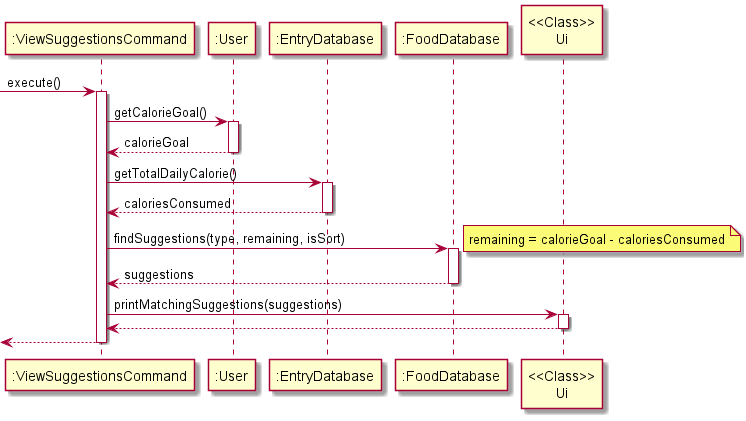
Before: docs/diagrams-DG/SuggestCommandSequence.png, a diagram exported from PlantUML (praj-bellakka/tp). Its diagram source:
```plantuml
@startuml


-> ":ViewSuggestionsCommand": execute()
activate ":ViewSuggestionsCommand"

":ViewSuggestionsCommand" -> ":User" : getCalorieGoal()
activate ":User"
return calorieGoal

":ViewSuggestionsCommand" -> ":EntryDatabase" : getTotalDailyCalorie()
activate ":EntryDatabase"
return caloriesConsumed

":ViewSuggestionsCommand" -> ":FoodDatabase" : findSuggestions(type, remaining, isSort)
note right
remaining = calorieGoal - caloriesConsumed
end note
activate ":FoodDatabase"
return suggestions

":ViewSuggestionsCommand" -> "<<Class>>\nUi" : printMatchingSuggestions(suggestions)
activate "<<Class>>\nUi"
return

return
@enduml
```
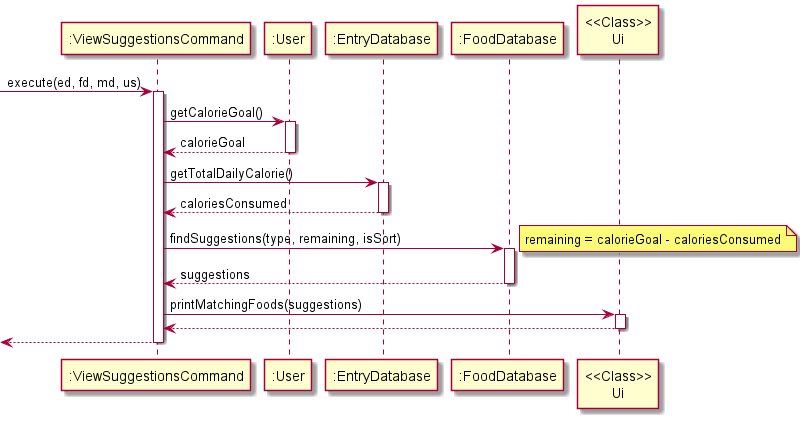
The same file after the commit.

Commit message:
Update sequence diagrams

What changed in the source:
```diff
@@ -1,7 +1,7 @@
 @startuml
 
 
--> ":ViewSuggestionsCommand": execute()
+-> ":ViewSuggestionsCommand": execute(ed, fd, md, us)
 activate ":ViewSuggestionsCommand"
 
 ":ViewSuggestionsCommand" -> ":User" : getCalorieGoal()
@@ -19,7 +19,7 @@
 activate ":FoodDatabase"
 return suggestions
 
-":ViewSuggestionsCommand" -> "<<Class>>\nUi" : printMatchingSuggestions(suggestions)
+":ViewSuggestionsCommand" -> "<<Class>>\nUi" : printMatchingFoods(suggestions)
 activate "<<Class>>\nUi"
 return
 
```
